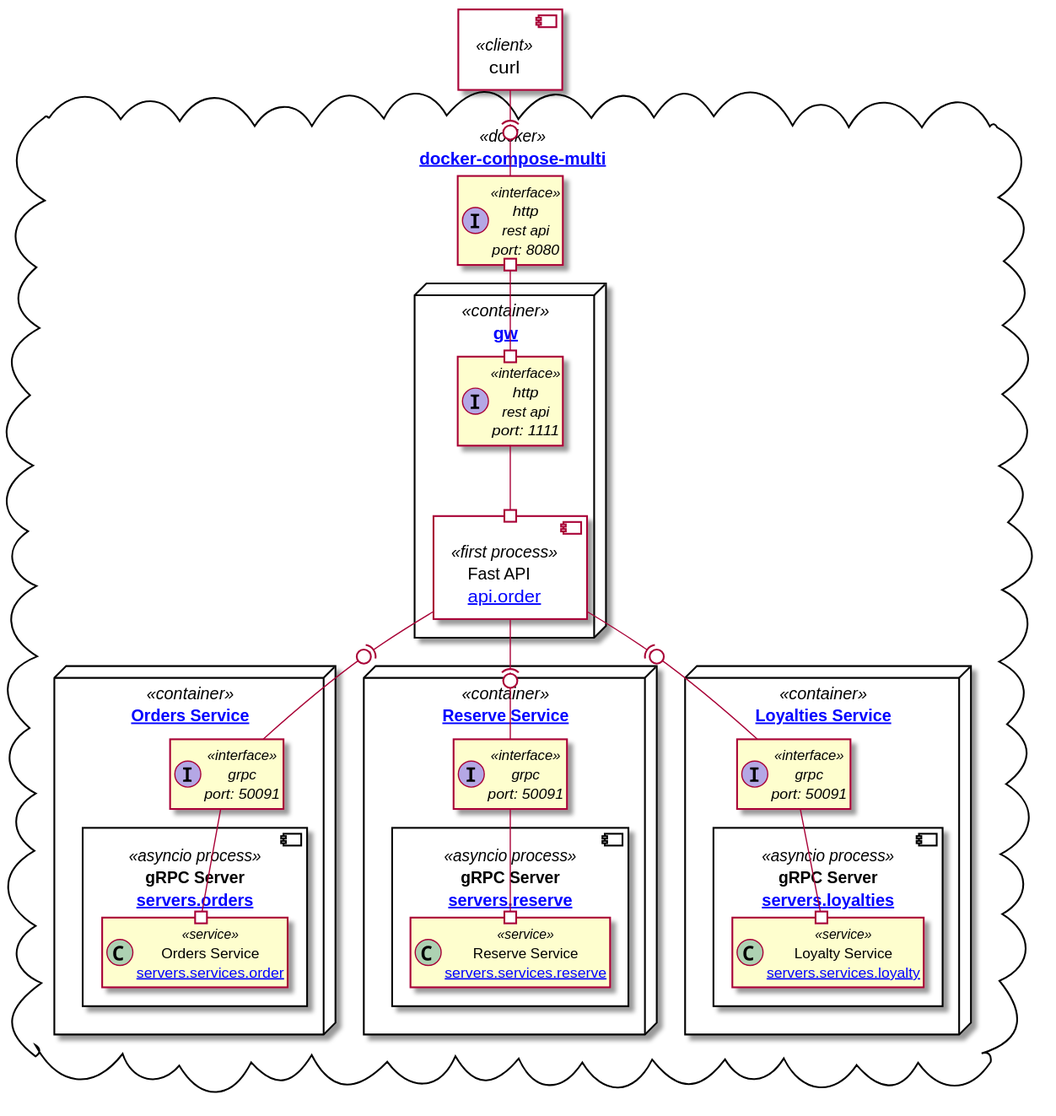
Earlier version of the PlantUML export adr/day1/deploy-multi.svg (arootcom/grpc-fastapi). The source it was exported from:
```plantuml
@startuml


hide empty members
allowmixing

component curl <<client>> {
}

cloud docker as "[[https://github.com/arootcom/grpc-fastapi/blob/day1/docker-compose-multi.yaml docker-compose-multi]]" <<docker>> {
    interface local_http as "http\nrest api\nport: 8080" <<interface>>
    curl -(0- local_http


    node gw as "[[https://github.com/arootcom/grpc-fastapi/blob/day1/app/gw.py gw]]" <<container>> {
        interface http as "http\nrest api\nport: 1111" <<interface>>
        local_http #--# http


        component api as "Fast API\n[[https://github.com/arootcom/grpc-fastapi/blob/day1/app/api/order.py api.order]]" <<first process>> {
        }
        http --# api
    }

    node orders as "[[https://github.com/arootcom/grpc-fastapi/blob/day1/app/orders.py Orders Service]]" <<container>> {
        interface orders_grpc as "grpc\nport: 50091" <<interface>>
        api -(0- orders_grpc

        component srv_orders as "gRPC Server\n[[https://github.com/arootcom/grpc-fastapi/blob/day1/app/servers/orders.py servers.orders]]" <<asyncio process>> {
            class orders as "Orders Service\n[[https://github.com/arootcom/grpc-fastapi/blob/day1/app/servers/services/order.py servers.services.order]]" <<service>>
            orders_grpc --# orders
        }
    }

    node reserve as "[[https://github.com/arootcom/grpc-fastapi/blob/day1/app/reserve.py Reserve Service]]" <<container>> {
        interface reserve_grpc as "grpc\nport: 50091" <<interface>>
        api -(0- reserve_grpc

        component srv_reserve as "gRPC Server\n[[https://github.com/arootcom/grpc-fastapi/blob/day1/app/servers/reserve.py servers.reserve]]" <<asyncio process>> {
        class reserve as "Reserve Service\n[[https://github.com/arootcom/grpc-fastapi/blob/day1/app/servers/services/reserve.py servers.services.reserve]]" <<service>>
        reserve_grpc --# reserve
        }
    }

    node loyalties as "[[https://github.com/arootcom/grpc-fastapi/blob/day1/app/loyalties.py Loyalties Service]]" <<container>> {
        interface loyalty_grpc as "grpc\nport: 50091" <<interface>>
        api -(0- loyalty_grpc

        component srv_loyalties as "gRPC Server\n[[https://github.com/arootcom/grpc-fastapi/blob/day1/app/servers/loyalties.py servers.loyalties]]" <<asyncio process>> {
        class loyalty as "Loyalty Service\n[[https://github.com/arootcom/grpc-fastapi/blob/day1/app/servers/services/loyalty.py servers.services.loyalty]]" <<service>>
        loyalty_grpc --# loyalty
        }
    }
}

@enduml
```
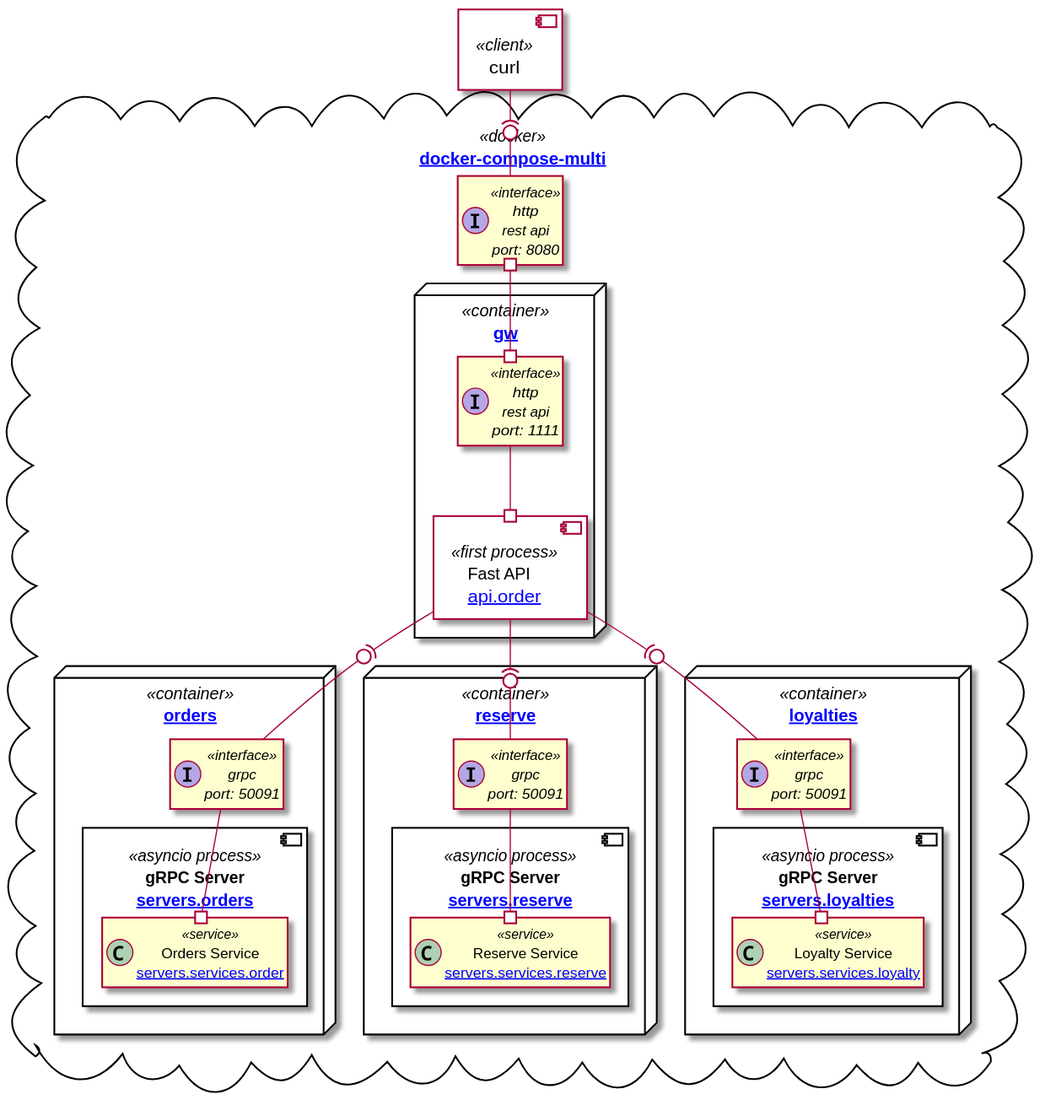
Later version of the same file.

Diff of the diagram source:
```diff
@@ -22,7 +22,7 @@
         http --# api
     }
 
-    node orders as "[[https://github.com/arootcom/grpc-fastapi/blob/day1/app/orders.py Orders Service]]" <<container>> {
+    node orders as "[[https://github.com/arootcom/grpc-fastapi/blob/day1/app/orders.py orders]]" <<container>> {
         interface orders_grpc as "grpc\nport: 50091" <<interface>>
         api -(0- orders_grpc
 
@@ -32,7 +32,7 @@
         }
     }
 
-    node reserve as "[[https://github.com/arootcom/grpc-fastapi/blob/day1/app/reserve.py Reserve Service]]" <<container>> {
+    node reserve as "[[https://github.com/arootcom/grpc-fastapi/blob/day1/app/reserve.py reserve]]" <<container>> {
         interface reserve_grpc as "grpc\nport: 50091" <<interface>>
         api -(0- reserve_grpc
 
@@ -42,7 +42,7 @@
         }
     }
 
-    node loyalties as "[[https://github.com/arootcom/grpc-fastapi/blob/day1/app/loyalties.py Loyalties Service]]" <<container>> {
+    node loyalties as "[[https://github.com/arootcom/grpc-fastapi/blob/day1/app/loyalties.py loyalties]]" <<container>> {
         interface loyalty_grpc as "grpc\nport: 50091" <<interface>>
         api -(0- loyalty_grpc
 
```
